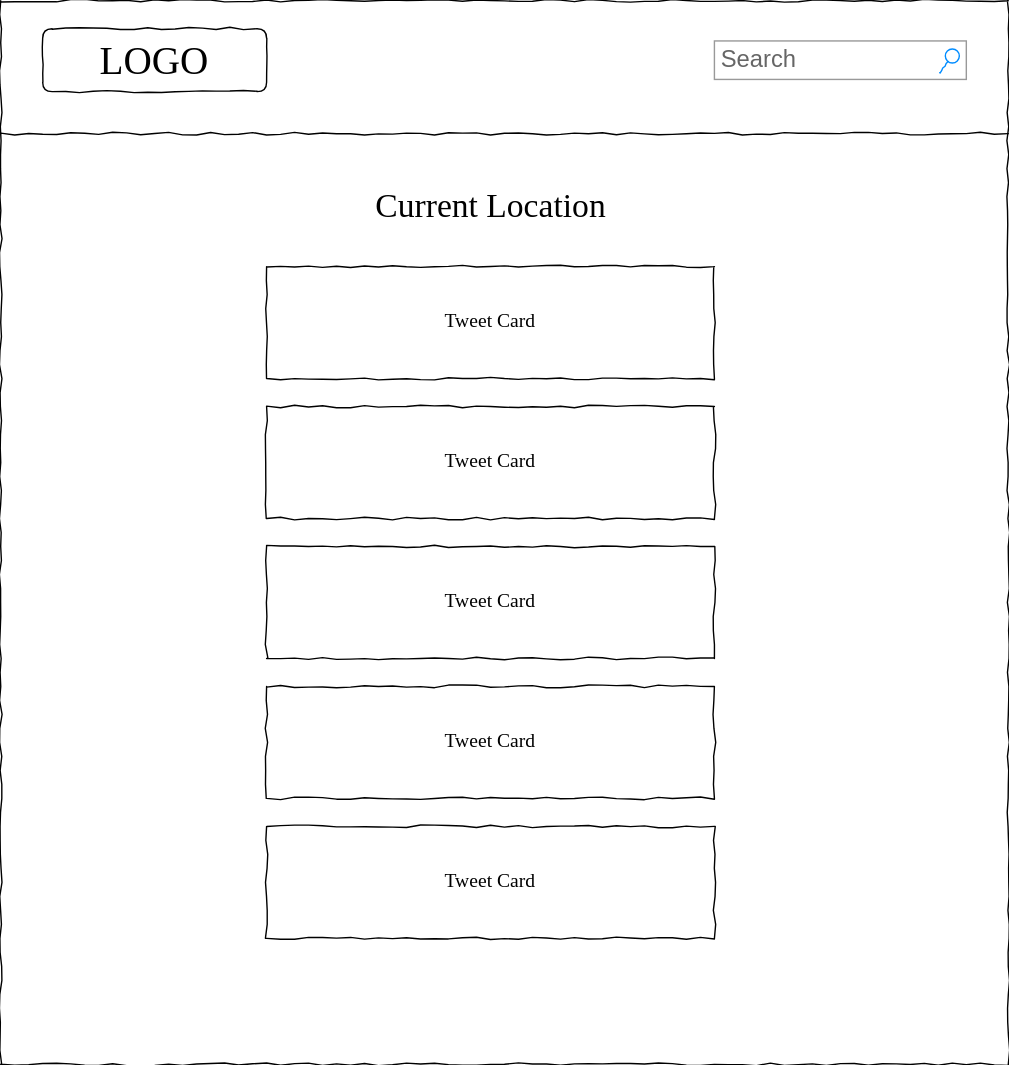
Above: Untitled Diagram.drawio.svg in Paul-Newling-Slalom/golang-async-logging-library (draw.io), before the change. Source tidied: cells renumbered, new cells last; positions are measured from the earlier drawing's top-left corner, leaving out a move shared by most shapes.
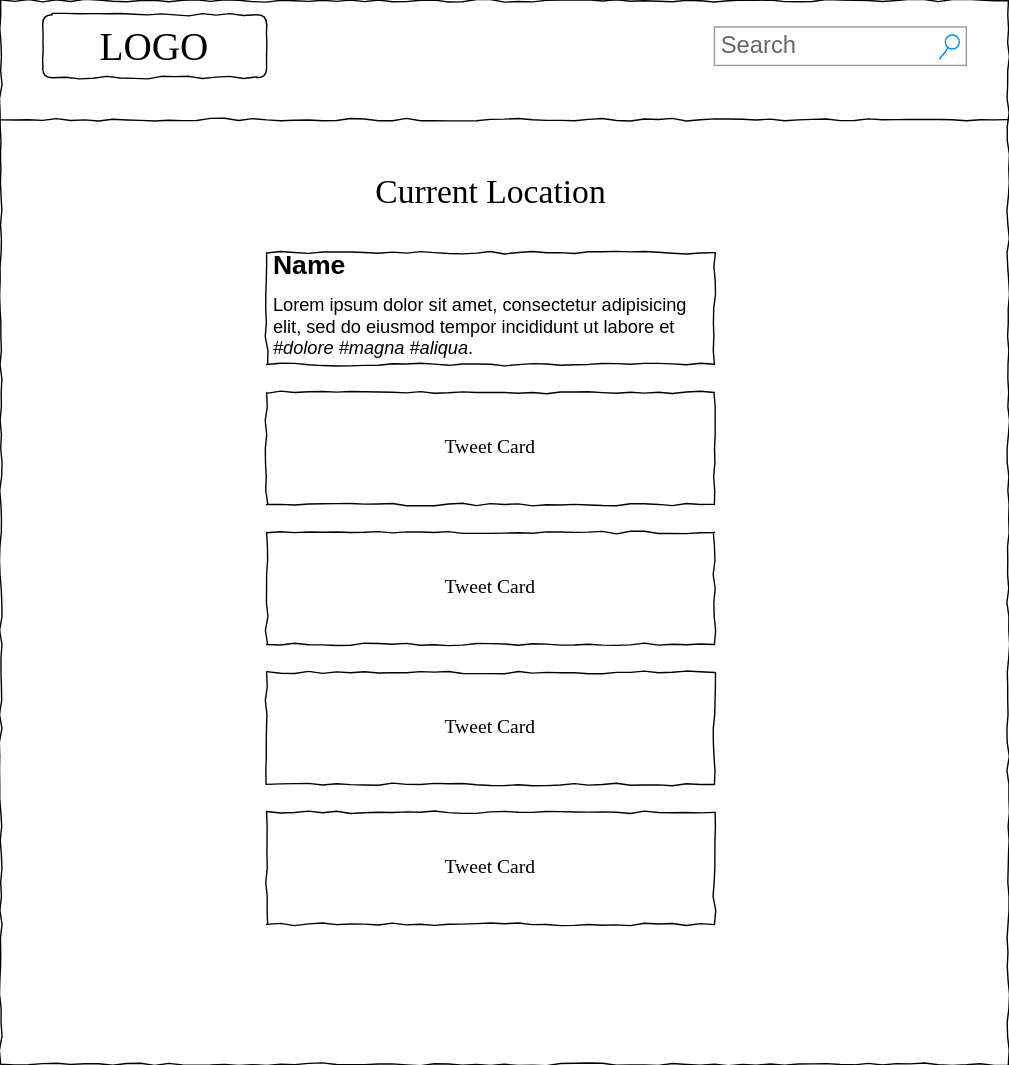
After the change.

Diff of the diagram source:
```diff
@@ -14,7 +14,7 @@
     <mxCell id="5" value="Current Location" style="text;html=1;align=center;verticalAlign=top;spacingTop=-4;fontSize=24;fontFamily=Verdana;fontStyle=0;" parent="1" vertex="1">
       <mxGeometry x="190" y="130" width="320" height="35" as="geometry" />
     </mxCell>
-    <mxCell id="6" value="Tweet Card" style="whiteSpace=wrap;html=1;rounded=0;shadow=0;labelBackgroundColor=none;strokeWidth=1;fontFamily=Verdana;fontSize=14;align=center;comic=1;" parent="1" vertex="1">
+    <mxCell id="6" style="whiteSpace=wrap;html=1;rounded=0;shadow=0;labelBackgroundColor=none;strokeWidth=1;fontFamily=Verdana;fontSize=14;align=center;comic=1;" parent="1" vertex="1">
       <mxGeometry x="190" y="190" width="320" height="80" as="geometry" />
     </mxCell>
     <mxCell id="7" value="Tweet Card" style="whiteSpace=wrap;html=1;rounded=0;shadow=0;labelBackgroundColor=none;strokeWidth=1;fontFamily=Verdana;fontSize=14;align=center;comic=1;" parent="1" vertex="1">
@@ -27,10 +27,13 @@
       <mxGeometry x="190" y="490" width="320" height="80" as="geometry" />
     </mxCell>
     <mxCell id="10" style="whiteSpace=wrap;html=1;rounded=0;shadow=0;labelBackgroundColor=none;strokeColor=#000000;strokeWidth=1;fillColor=none;fontFamily=Verdana;fontSize=12;fontColor=#000000;align=center;comic=1;" parent="1" vertex="1">
-      <mxGeometry width="720" height="760" as="geometry" />
+      <mxGeometry y="10" width="720" height="760" as="geometry" />
     </mxCell>
     <mxCell id="11" value="Tweet Card" style="whiteSpace=wrap;html=1;rounded=0;shadow=0;labelBackgroundColor=none;strokeWidth=1;fontFamily=Verdana;fontSize=14;align=center;comic=1;" parent="1" vertex="1">
       <mxGeometry x="190" y="590" width="320" height="80" as="geometry" />
     </mxCell>
+    <mxCell id="12" value="&lt;h1 style=&quot;font-size: 13px;&quot;&gt;&lt;font style=&quot;font-size: 19px;&quot;&gt;Name&lt;/font&gt;&lt;/h1&gt;&lt;h1 style=&quot;font-size: 13px;&quot;&gt;&lt;span style=&quot;font-weight: normal;&quot;&gt;Lorem ipsum dolor sit amet, consectetur adipisicing elit, sed do eiusmod tempor incididunt ut labore et &lt;i&gt;#dolore #magna #aliqua&lt;/i&gt;.&lt;/span&gt;&lt;/h1&gt;" style="text;html=1;strokeColor=none;fillColor=none;spacing=5;spacingTop=-20;whiteSpace=wrap;overflow=hidden;rounded=0;fontSize=13;" parent="1" vertex="1">
+      <mxGeometry x="190" y="190" width="320" height="80" as="geometry" />
+    </mxCell>
   </root>
 </mxGraphModel>
```
